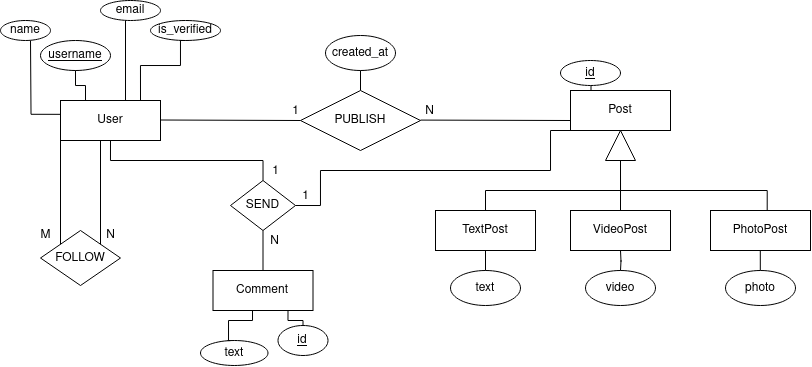
HicaroD/SocialApp keeps this draw.io diagram as images/modelo_conceitual.png. Above is the earlier version. Source tidied: cells renumbered, new cells last; positions are measured from the earlier drawing's top-left corner, leaving out a move shared by most shapes.
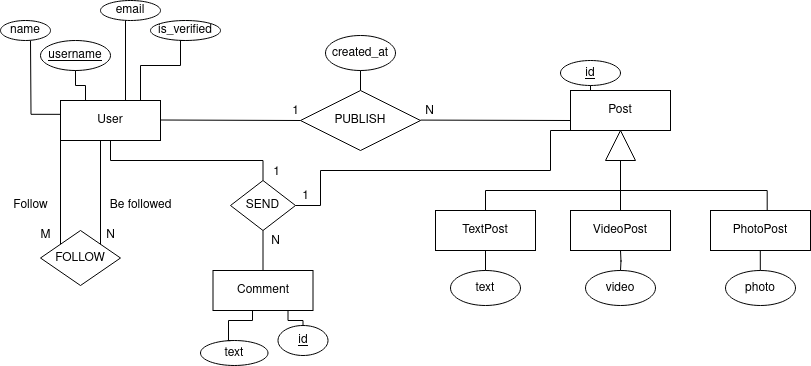
Later version of the same file.

Commit message:
atualizando modelo conceitual

Change to the diagram source:
```diff
@@ -230,5 +230,11 @@
     <mxCell id="50" value="N" style="text;html=1;align=center;verticalAlign=middle;strokeColor=none;fillColor=none;" parent="1" vertex="1">
       <mxGeometry x="95" y="220" width="30" height="30" as="geometry" />
     </mxCell>
+    <mxCell id="51" value="Follow" style="text;html=1;align=center;verticalAlign=middle;strokeColor=none;fillColor=none;" parent="1" vertex="1">
+      <mxGeometry y="190" width="60" height="30" as="geometry" />
+    </mxCell>
+    <mxCell id="52" value="Be followed" style="text;html=1;align=center;verticalAlign=middle;strokeColor=none;fillColor=none;" parent="1" vertex="1">
+      <mxGeometry x="95" y="190" width="90" height="30" as="geometry" />
+    </mxCell>
   </root>
 </mxGraphModel>
```
